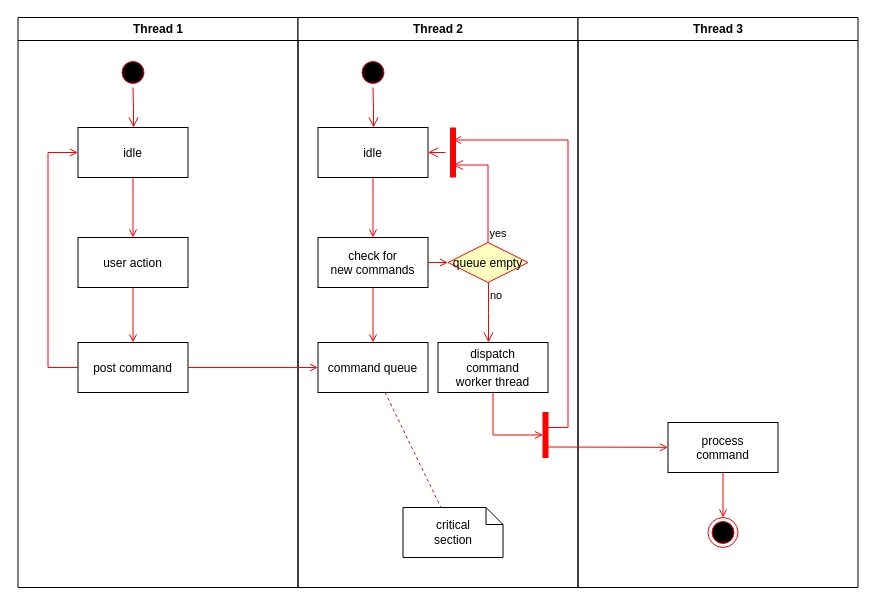
Above: Untitled Diagram.drawio in BaconGo/lua-int64 (draw.io), before the change. Source tidied: cells renumbered, new cells numbered last; positions are measured from the earlier drawing's top-left corner, leaving out a move shared by most shapes. Both pictures are drawn from the tidied source at 100%, with x=0, y=0 at pixel (17, 17).
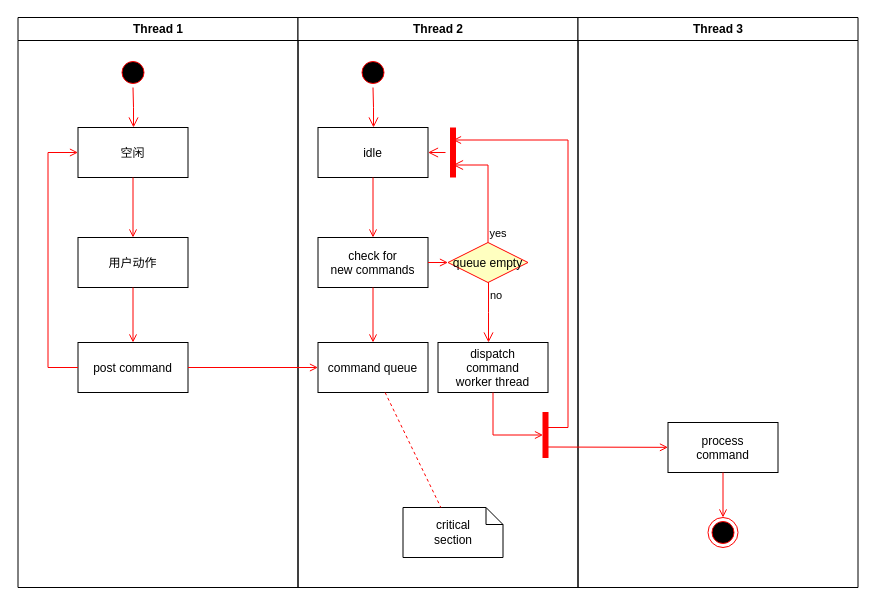
Above is the later version.

The change refers to these unchanged cells:
```xml
<mxCell id="2" value="Thread 1" style="swimlane;whiteSpace=wrap;" parent="1" vertex="1">
  <mxGeometry x="0.5" width="280" height="570" as="geometry" />
</mxCell>
```

The edit, as a diff of the source:
```diff
@@
-    <mxCell id="5" value="idle" parent="2" vertex="1">
+    <mxCell id="5" value="空闲" parent="2" vertex="1">
       <mxGeometry x="60" y="110" width="110" height="50" as="geometry" />
     </mxCell>
-    <mxCell id="6" value="user action" parent="2" vertex="1">
+    <mxCell id="6" value="用户动作" parent="2" vertex="1">
       <mxGeometry x="60" y="220" width="110" height="50" as="geometry" />
     </mxCell>
```
